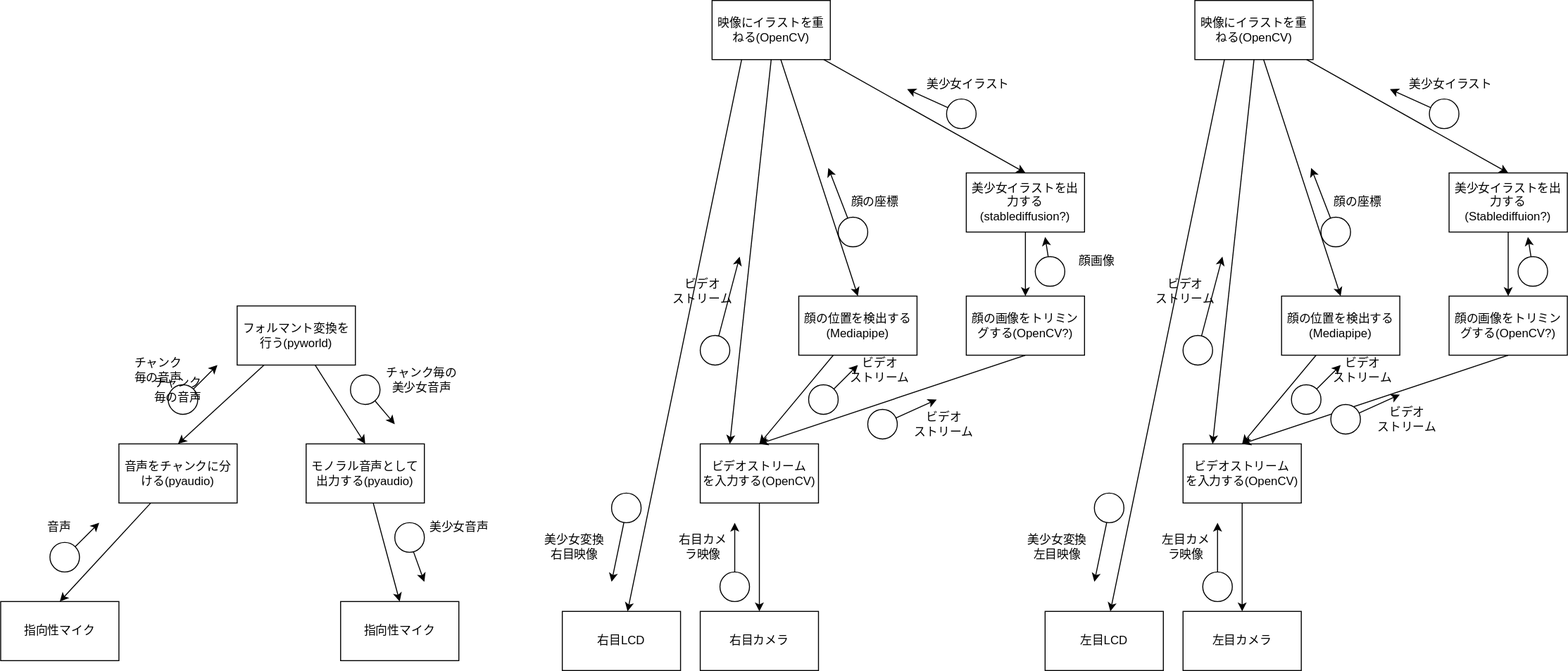
Above: 人類ギャルゲー化計画/images/modulestructure.drawio.svg in gakutosasabe/HearExpansion (draw.io), before the change. Source tidied: cells renumbered, new cells last; positions are measured from the earlier drawing's top-left corner, leaving out a move shared by most shapes.
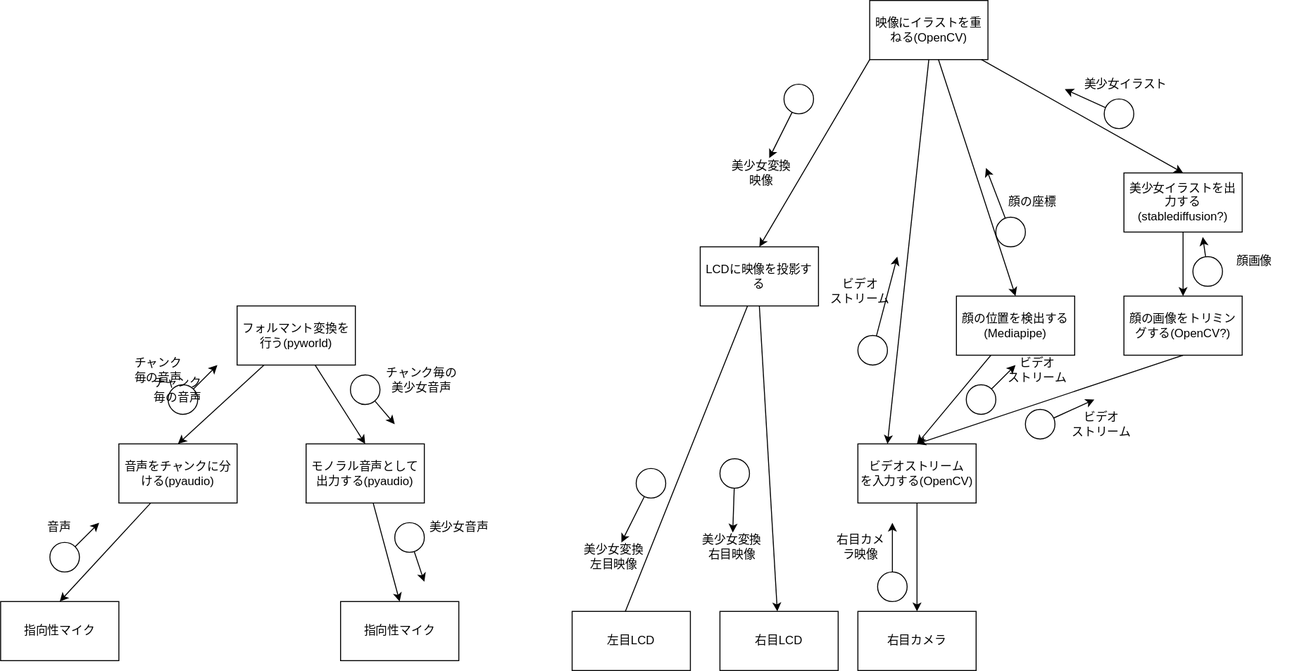
After the change.

Change to the diagram source:
```diff
@@ -3,24 +3,24 @@
     <mxCell id="0" />
     <mxCell id="1" parent="0" />
     <mxCell id="2" value="指向性マイク" style="rounded=0;whiteSpace=wrap;html=1;" parent="1" vertex="1">
-      <mxGeometry y="610" width="120" height="60" as="geometry" />
+      <mxGeometry x="-160" y="610" width="120" height="60" as="geometry" />
     </mxCell>
     <mxCell id="3" style="edgeStyle=none;html=1;entryX=0.5;entryY=0;entryDx=0;entryDy=0;" parent="1" edge="1" source="4" target="2">
       <mxGeometry relative="1" as="geometry" />
     </mxCell>
     <mxCell id="4" value="音声をチャンクに分ける(pyaudio)" style="rounded=0;whiteSpace=wrap;html=1;" parent="1" vertex="1">
-      <mxGeometry x="120" y="450" width="120" height="60" as="geometry" />
+      <mxGeometry x="-40" y="450" width="120" height="60" as="geometry" />
     </mxCell>
     <mxCell id="5" style="edgeStyle=none;html=1;" parent="1" edge="1" source="6">
       <mxGeometry relative="1" as="geometry">
-        <mxPoint x="100" y="530" as="targetPoint" />
+        <mxPoint x="-60" y="530" as="targetPoint" />
       </mxGeometry>
     </mxCell>
     <mxCell id="6" style="ellipse;whiteSpace=wrap;html=1;direction=south;" parent="1" vertex="1">
-      <mxGeometry x="50" y="550" width="30" height="30" as="geometry" />
+      <mxGeometry x="-110" y="550" width="30" height="30" as="geometry" />
     </mxCell>
     <mxCell id="7" value="音声" style="text;html=1;strokeColor=none;fillColor=none;align=center;verticalAlign=middle;whiteSpace=wrap;rounded=0;" parent="1" vertex="1">
-      <mxGeometry x="30" y="520" width="60" height="30" as="geometry" />
+      <mxGeometry x="-130" y="520" width="60" height="30" as="geometry" />
     </mxCell>
     <mxCell id="8" style="edgeStyle=none;html=1;entryX=0.5;entryY=0;entryDx=0;entryDy=0;" parent="1" edge="1" source="10" target="4">
       <mxGeometry relative="1" as="geometry" />
@@ -29,53 +29,53 @@
       <mxGeometry relative="1" as="geometry" />
     </mxCell>
     <mxCell id="10" value="フォルマント変換を行う(pyworld)" style="rounded=0;whiteSpace=wrap;html=1;" parent="1" vertex="1">
-      <mxGeometry x="240" y="310" width="120" height="60" as="geometry" />
+      <mxGeometry x="80" y="310" width="120" height="60" as="geometry" />
     </mxCell>
     <mxCell id="11" style="edgeStyle=none;html=1;" parent="1" edge="1">
       <mxGeometry relative="1" as="geometry">
-        <mxPoint x="195.6" y="394.4" as="sourcePoint" />
-        <mxPoint x="220" y="370" as="targetPoint" />
+        <mxPoint x="35.6" y="394.4" as="sourcePoint" />
+        <mxPoint x="60" y="370" as="targetPoint" />
       </mxGeometry>
     </mxCell>
     <mxCell id="12" value="チャンク毎の音声" style="text;html=1;strokeColor=none;fillColor=none;align=center;verticalAlign=middle;whiteSpace=wrap;rounded=0;" parent="1" vertex="1">
-      <mxGeometry x="130" y="360" width="60" height="30" as="geometry" />
+      <mxGeometry x="-30" y="360" width="60" height="30" as="geometry" />
     </mxCell>
     <mxCell id="13" style="ellipse;whiteSpace=wrap;html=1;" parent="1" vertex="1">
-      <mxGeometry x="170" y="390" width="30" height="30" as="geometry" />
+      <mxGeometry x="10" y="390" width="30" height="30" as="geometry" />
     </mxCell>
     <mxCell id="14" style="edgeStyle=none;html=1;entryX=0.5;entryY=0;entryDx=0;entryDy=0;" parent="1" edge="1" source="15" target="20">
       <mxGeometry relative="1" as="geometry" />
     </mxCell>
     <mxCell id="15" value="モノラル音声として出力する(pyaudio)" style="rounded=0;whiteSpace=wrap;html=1;" parent="1" vertex="1">
-      <mxGeometry x="310" y="450" width="120" height="60" as="geometry" />
+      <mxGeometry x="150" y="450" width="120" height="60" as="geometry" />
     </mxCell>
     <mxCell id="16" style="edgeStyle=none;html=1;" parent="1" edge="1" source="17">
       <mxGeometry relative="1" as="geometry">
-        <mxPoint x="400" y="430" as="targetPoint" />
+        <mxPoint x="240" y="430" as="targetPoint" />
       </mxGeometry>
     </mxCell>
     <mxCell id="17" style="ellipse;whiteSpace=wrap;html=1;" parent="1" vertex="1">
-      <mxGeometry x="355" y="380" width="30" height="30" as="geometry" />
+      <mxGeometry x="195" y="380" width="30" height="30" as="geometry" />
     </mxCell>
     <mxCell id="18" value="チャンク毎の美少女音声" style="text;html=1;strokeColor=none;fillColor=none;align=center;verticalAlign=middle;whiteSpace=wrap;rounded=0;" parent="1" vertex="1">
-      <mxGeometry x="385" y="370" width="85" height="30" as="geometry" />
+      <mxGeometry x="225" y="370" width="85" height="30" as="geometry" />
     </mxCell>
     <mxCell id="19" value="チャンク毎の音声" style="text;html=1;strokeColor=none;fillColor=none;align=center;verticalAlign=middle;whiteSpace=wrap;rounded=0;" parent="1" vertex="1">
-      <mxGeometry x="150" y="380" width="60" height="30" as="geometry" />
+      <mxGeometry x="-10" y="380" width="60" height="30" as="geometry" />
     </mxCell>
     <mxCell id="20" value="指向性マイク" style="rounded=0;whiteSpace=wrap;html=1;" parent="1" vertex="1">
-      <mxGeometry x="345" y="610" width="120" height="60" as="geometry" />
+      <mxGeometry x="185" y="610" width="120" height="60" as="geometry" />
     </mxCell>
     <mxCell id="21" style="edgeStyle=none;html=1;" parent="1" edge="1" source="22">
       <mxGeometry relative="1" as="geometry">
-        <mxPoint x="430" y="590" as="targetPoint" />
+        <mxPoint x="270" y="590" as="targetPoint" />
       </mxGeometry>
     </mxCell>
     <mxCell id="22" style="ellipse;whiteSpace=wrap;html=1;" parent="1" vertex="1">
-      <mxGeometry x="400" y="530" width="30" height="30" as="geometry" />
+      <mxGeometry x="240" y="530" width="30" height="30" as="geometry" />
     </mxCell>
     <mxCell id="23" value="美少女音声" style="text;html=1;strokeColor=none;fillColor=none;align=center;verticalAlign=middle;whiteSpace=wrap;rounded=0;" parent="1" vertex="1">
-      <mxGeometry x="423" y="520" width="85" height="30" as="geometry" />
+      <mxGeometry x="263" y="520" width="85" height="30" as="geometry" />
     </mxCell>
     <mxCell id="24" value="右目カメラ" style="rounded=0;whiteSpace=wrap;html=1;" parent="1" vertex="1">
       <mxGeometry x="710" y="620" width="120" height="60" as="geometry" />
@@ -118,9 +118,12 @@
     <mxCell id="36" style="edgeStyle=none;html=1;entryX=0.5;entryY=0;entryDx=0;entryDy=0;" parent="1" edge="1" source="38" target="52">
       <mxGeometry relative="1" as="geometry" />
     </mxCell>
-    <mxCell id="37" style="edgeStyle=none;html=1;exitX=0.25;exitY=1;exitDx=0;exitDy=0;" parent="1" edge="1" source="38" target="59">
+    <mxCell id="37" style="edgeStyle=none;html=1;exitX=0.5;exitY=1;exitDx=0;exitDy=0;" parent="1" edge="1" source="104" target="59">
       <mxGeometry relative="1" as="geometry" />
     </mxCell>
+    <mxCell id="101" style="edgeStyle=none;html=1;entryX=0.5;entryY=0;entryDx=0;entryDy=0;exitX=0;exitY=1;exitDx=0;exitDy=0;" parent="1" edge="1" source="38" target="104">
+      <mxGeometry relative="1" as="geometry" />
+    </mxCell>
     <mxCell id="38" value="映像にイラストを重ねる(OpenCV)" style="rounded=0;whiteSpace=wrap;html=1;" parent="1" vertex="1">
       <mxGeometry x="722" width="120" height="60" as="geometry" />
     </mxCell>
@@ -199,146 +202,41 @@
     <mxCell id="59" value="右目LCD" style="rounded=0;whiteSpace=wrap;html=1;" parent="1" vertex="1">
       <mxGeometry x="570" y="620" width="120" height="60" as="geometry" />
     </mxCell>
-    <mxCell id="60" style="edgeStyle=none;html=1;" parent="1" edge="1" source="61">
-      <mxGeometry relative="1" as="geometry">
-        <mxPoint x="620" y="590" as="targetPoint" />
-      </mxGeometry>
-    </mxCell>
+    <mxCell id="102" style="edgeStyle=none;html=1;" parent="1" edge="1" source="61" target="62">
+      <mxGeometry relative="1" as="geometry" />
+    </mxCell>
     <mxCell id="61" style="ellipse;whiteSpace=wrap;html=1;" parent="1" vertex="1">
-      <mxGeometry x="620" y="500" width="30" height="30" as="geometry" />
+      <mxGeometry x="570" y="465" width="30" height="30" as="geometry" />
     </mxCell>
     <mxCell id="62" value="美少女変換&lt;br&gt;右目映像" style="text;html=1;strokeColor=none;fillColor=none;align=center;verticalAlign=middle;whiteSpace=wrap;rounded=0;" parent="1" vertex="1">
       <mxGeometry x="540" y="540" width="85" height="30" as="geometry" />
     </mxCell>
-    <mxCell id="63" value="左目カメラ" style="rounded=0;whiteSpace=wrap;html=1;" parent="1" vertex="1">
-      <mxGeometry x="1200" y="620" width="120" height="60" as="geometry" />
-    </mxCell>
-    <mxCell id="64" style="edgeStyle=none;html=1;entryX=0.5;entryY=0;entryDx=0;entryDy=0;" parent="1" edge="1" source="65" target="63">
-      <mxGeometry relative="1" as="geometry" />
-    </mxCell>
-    <mxCell id="65" value="ビデオストリーム&lt;br&gt;を入力する(OpenCV)" style="rounded=0;whiteSpace=wrap;html=1;" parent="1" vertex="1">
-      <mxGeometry x="1200" y="450" width="120" height="60" as="geometry" />
-    </mxCell>
-    <mxCell id="66" style="edgeStyle=none;html=1;" parent="1" edge="1" source="67">
-      <mxGeometry relative="1" as="geometry">
-        <mxPoint x="1235" y="530" as="targetPoint" />
-      </mxGeometry>
-    </mxCell>
-    <mxCell id="67" style="ellipse;whiteSpace=wrap;html=1;direction=south;" parent="1" vertex="1">
-      <mxGeometry x="1220" y="580" width="30" height="30" as="geometry" />
-    </mxCell>
-    <mxCell id="68" value="左目カメラ映像" style="text;html=1;strokeColor=none;fillColor=none;align=center;verticalAlign=middle;whiteSpace=wrap;rounded=0;" parent="1" vertex="1">
-      <mxGeometry x="1172.5" y="540" width="60" height="30" as="geometry" />
-    </mxCell>
-    <mxCell id="69" style="edgeStyle=none;html=1;entryX=0.5;entryY=0;entryDx=0;entryDy=0;" parent="1" edge="1" source="70" target="65">
-      <mxGeometry relative="1" as="geometry" />
-    </mxCell>
-    <mxCell id="70" value="顔の位置を検出する&lt;br&gt;(Mediapipe)" style="rounded=0;whiteSpace=wrap;html=1;" parent="1" vertex="1">
-      <mxGeometry x="1300" y="300" width="120" height="60" as="geometry" />
-    </mxCell>
-    <mxCell id="71" style="edgeStyle=none;html=1;entryX=0.5;entryY=0;entryDx=0;entryDy=0;exitX=0.5;exitY=1;exitDx=0;exitDy=0;" parent="1" edge="1" source="72" target="65">
-      <mxGeometry relative="1" as="geometry" />
-    </mxCell>
-    <mxCell id="72" value="顔の画像をトリミングする(OpenCV?)" style="rounded=0;whiteSpace=wrap;html=1;" parent="1" vertex="1">
-      <mxGeometry x="1470" y="300" width="120" height="60" as="geometry" />
-    </mxCell>
-    <mxCell id="73" style="edgeStyle=none;html=1;entryX=0.25;entryY=0;entryDx=0;entryDy=0;exitX=0.5;exitY=1;exitDx=0;exitDy=0;" parent="1" edge="1" source="77" target="65">
-      <mxGeometry relative="1" as="geometry" />
-    </mxCell>
-    <mxCell id="74" style="edgeStyle=none;html=1;entryX=0.5;entryY=0;entryDx=0;entryDy=0;" parent="1" edge="1" source="77" target="70">
-      <mxGeometry relative="1" as="geometry" />
-    </mxCell>
-    <mxCell id="75" style="edgeStyle=none;html=1;entryX=0.5;entryY=0;entryDx=0;entryDy=0;" parent="1" edge="1" source="77" target="91">
-      <mxGeometry relative="1" as="geometry" />
-    </mxCell>
-    <mxCell id="76" style="edgeStyle=none;html=1;exitX=0.25;exitY=1;exitDx=0;exitDy=0;" parent="1" edge="1" source="77" target="97">
-      <mxGeometry relative="1" as="geometry" />
-    </mxCell>
-    <mxCell id="77" value="映像にイラストを重ねる(OpenCV)" style="rounded=0;whiteSpace=wrap;html=1;" parent="1" vertex="1">
-      <mxGeometry x="1212" width="120" height="60" as="geometry" />
-    </mxCell>
-    <mxCell id="78" style="edgeStyle=none;html=1;" parent="1" edge="1" source="79">
-      <mxGeometry relative="1" as="geometry">
-        <mxPoint x="1330" y="170" as="targetPoint" />
-      </mxGeometry>
-    </mxCell>
-    <mxCell id="79" style="ellipse;whiteSpace=wrap;html=1;" parent="1" vertex="1">
-      <mxGeometry x="1340" y="220" width="30" height="30" as="geometry" />
-    </mxCell>
-    <mxCell id="80" value="顔の座標" style="text;html=1;strokeColor=none;fillColor=none;align=center;verticalAlign=middle;whiteSpace=wrap;rounded=0;" parent="1" vertex="1">
-      <mxGeometry x="1335" y="190" width="85" height="30" as="geometry" />
-    </mxCell>
-    <mxCell id="81" style="edgeStyle=none;html=1;" parent="1" edge="1" source="82">
-      <mxGeometry relative="1" as="geometry">
-        <mxPoint x="1240" y="260" as="targetPoint" />
-      </mxGeometry>
-    </mxCell>
-    <mxCell id="82" style="ellipse;whiteSpace=wrap;html=1;" parent="1" vertex="1">
-      <mxGeometry x="1200" y="340" width="30" height="30" as="geometry" />
-    </mxCell>
-    <mxCell id="83" value="ビデオ&lt;br&gt;ストリーム" style="text;html=1;strokeColor=none;fillColor=none;align=center;verticalAlign=middle;whiteSpace=wrap;rounded=0;" parent="1" vertex="1">
-      <mxGeometry x="1160" y="280" width="85" height="30" as="geometry" />
-    </mxCell>
-    <mxCell id="84" style="edgeStyle=none;html=1;" parent="1" edge="1" source="85">
-      <mxGeometry relative="1" as="geometry">
-        <mxPoint x="1420" y="400" as="targetPoint" />
-      </mxGeometry>
-    </mxCell>
-    <mxCell id="85" style="ellipse;whiteSpace=wrap;html=1;" parent="1" vertex="1">
-      <mxGeometry x="1350" y="410" width="30" height="30" as="geometry" />
-    </mxCell>
-    <mxCell id="86" value="ビデオ&lt;br&gt;ストリーム" style="text;html=1;strokeColor=none;fillColor=none;align=center;verticalAlign=middle;whiteSpace=wrap;rounded=0;" parent="1" vertex="1">
-      <mxGeometry x="1385" y="410" width="85" height="30" as="geometry" />
-    </mxCell>
-    <mxCell id="87" style="edgeStyle=none;html=1;" parent="1" edge="1" source="88">
-      <mxGeometry relative="1" as="geometry">
-        <mxPoint x="1360" y="370" as="targetPoint" />
-      </mxGeometry>
-    </mxCell>
-    <mxCell id="88" style="ellipse;whiteSpace=wrap;html=1;" parent="1" vertex="1">
-      <mxGeometry x="1310" y="390" width="30" height="30" as="geometry" />
-    </mxCell>
-    <mxCell id="89" value="ビデオ&lt;br&gt;ストリーム" style="text;html=1;strokeColor=none;fillColor=none;align=center;verticalAlign=middle;whiteSpace=wrap;rounded=0;" parent="1" vertex="1">
-      <mxGeometry x="1340" y="360" width="85" height="30" as="geometry" />
-    </mxCell>
-    <mxCell id="90" style="edgeStyle=none;html=1;entryX=0.5;entryY=0;entryDx=0;entryDy=0;" parent="1" edge="1" source="91" target="72">
-      <mxGeometry relative="1" as="geometry" />
-    </mxCell>
-    <mxCell id="91" value="美少女イラストを出力する(Stablediffuion?)" style="rounded=0;whiteSpace=wrap;html=1;" parent="1" vertex="1">
-      <mxGeometry x="1470" y="175" width="120" height="60" as="geometry" />
-    </mxCell>
-    <mxCell id="92" style="edgeStyle=none;html=1;" parent="1" edge="1" source="93">
-      <mxGeometry relative="1" as="geometry">
-        <mxPoint x="1550" y="240" as="targetPoint" />
-      </mxGeometry>
-    </mxCell>
-    <mxCell id="93" style="ellipse;whiteSpace=wrap;html=1;" parent="1" vertex="1">
-      <mxGeometry x="1540" y="260" width="30" height="30" as="geometry" />
-    </mxCell>
-    <mxCell id="94" style="edgeStyle=none;html=1;" parent="1" edge="1" source="95">
-      <mxGeometry relative="1" as="geometry">
-        <mxPoint x="1410" y="90" as="targetPoint" />
-      </mxGeometry>
-    </mxCell>
-    <mxCell id="95" style="ellipse;whiteSpace=wrap;html=1;" parent="1" vertex="1">
-      <mxGeometry x="1450" y="100" width="30" height="30" as="geometry" />
-    </mxCell>
-    <mxCell id="96" value="美少女イラスト" style="text;html=1;strokeColor=none;fillColor=none;align=center;verticalAlign=middle;whiteSpace=wrap;rounded=0;" parent="1" vertex="1">
-      <mxGeometry x="1422.5" y="70" width="97.5" height="30" as="geometry" />
-    </mxCell>
+    <mxCell id="103" style="edgeStyle=none;html=1;entryX=0.417;entryY=0.167;entryDx=0;entryDy=0;entryPerimeter=0;" parent="1" edge="1" source="104" target="97">
+      <mxGeometry relative="1" as="geometry" />
+    </mxCell>
+    <mxCell id="104" value="LCDに映像を投影する" style="rounded=0;whiteSpace=wrap;html=1;" parent="1" vertex="1">
+      <mxGeometry x="550" y="250" width="120" height="60" as="geometry" />
+    </mxCell>
     <mxCell id="97" value="左目LCD" style="rounded=0;whiteSpace=wrap;html=1;" parent="1" vertex="1">
-      <mxGeometry x="1060" y="620" width="120" height="60" as="geometry" />
+      <mxGeometry x="420" y="620" width="120" height="60" as="geometry" />
     </mxCell>
-    <mxCell id="98" style="edgeStyle=none;html=1;" parent="1" edge="1" source="99">
-      <mxGeometry relative="1" as="geometry">
-        <mxPoint x="1110" y="590" as="targetPoint" />
-      </mxGeometry>
-    </mxCell>
-    <mxCell id="99" style="ellipse;whiteSpace=wrap;html=1;" parent="1" vertex="1">
-      <mxGeometry x="1110" y="500" width="30" height="30" as="geometry" />
-    </mxCell>
+    <mxCell id="105" style="edgeStyle=none;html=1;" parent="1" edge="1" source="106" target="100">
+      <mxGeometry relative="1" as="geometry" />
+    </mxCell>
+    <mxCell id="106" style="ellipse;whiteSpace=wrap;html=1;" parent="1" vertex="1">
+      <mxGeometry x="485" y="475" width="30" height="30" as="geometry" />
+    </mxCell>
     <mxCell id="100" value="美少女変換&lt;br&gt;左目映像" style="text;html=1;strokeColor=none;fillColor=none;align=center;verticalAlign=middle;whiteSpace=wrap;rounded=0;" parent="1" vertex="1">
-      <mxGeometry x="1030" y="540" width="85" height="30" as="geometry" />
+      <mxGeometry x="420" y="550" width="85" height="30" as="geometry" />
     </mxCell>
+    <mxCell id="107" style="edgeStyle=none;html=1;" parent="1" edge="1" source="108" target="109">
+      <mxGeometry relative="1" as="geometry" />
+    </mxCell>
+    <mxCell id="108" style="ellipse;whiteSpace=wrap;html=1;" parent="1" vertex="1">
+      <mxGeometry x="635" y="85" width="30" height="30" as="geometry" />
+    </mxCell>
+    <mxCell id="109" value="美少女変換&lt;br&gt;映像" style="text;html=1;strokeColor=none;fillColor=none;align=center;verticalAlign=middle;whiteSpace=wrap;rounded=0;" parent="1" vertex="1">
+      <mxGeometry x="570" y="160" width="85" height="30" as="geometry" />
+    </mxCell>
   </root>
 </mxGraphModel>
```
